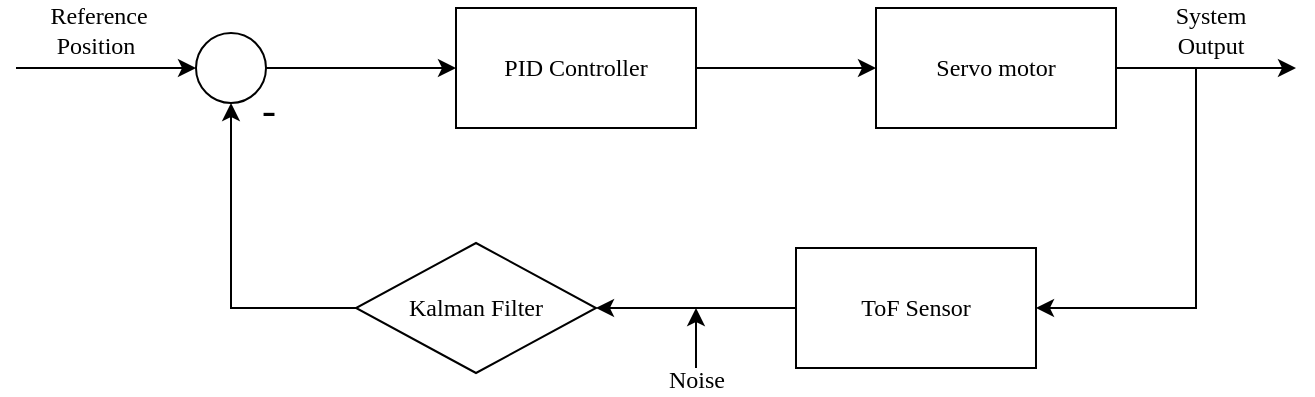
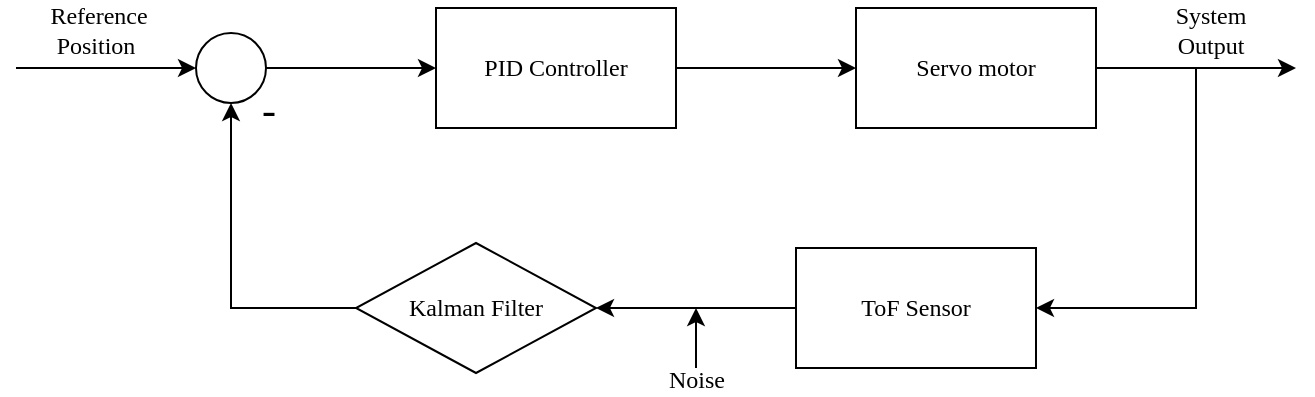
<mxfile host="app.diagrams.net">
  <diagram name="Page-1" id="xcGjVrj1atAmrZQzZEiq">
    <mxGraphModel dx="1537" dy="649" grid="1" gridSize="10" guides="1" tooltips="1" connect="1" arrows="1" fold="1" page="0" pageScale="1" pageWidth="850" pageHeight="1100" math="0" shadow="0">
      <root>
        <mxCell id="0" />
        <mxCell id="1" parent="0" />
        <mxCell id="Nv_6V1SDtf4vh-nOe4OJ-10" edge="1" parent="1" source="Nv_6V1SDtf4vh-nOe4OJ-1" style="edgeStyle=orthogonalEdgeStyle;rounded=0;orthogonalLoop=1;jettySize=auto;html=1;exitX=1;exitY=0.5;exitDx=0;exitDy=0;entryX=0;entryY=0.5;entryDx=0;entryDy=0;fontFamily=Verdana;labelBackgroundColor=none;fontColor=default;" target="Nv_6V1SDtf4vh-nOe4OJ-3">
          <mxGeometry relative="1" as="geometry" />
        </mxCell>
        <mxCell id="Nv_6V1SDtf4vh-nOe4OJ-1" parent="1" style="ellipse;whiteSpace=wrap;html=1;aspect=fixed;fontFamily=Verdana;labelBackgroundColor=none;" value="" vertex="1">
          <mxGeometry height="35" width="35" x="50" y="272.5" as="geometry" />
        </mxCell>
        <mxCell id="Nv_6V1SDtf4vh-nOe4OJ-2" edge="1" parent="1" style="endArrow=classic;html=1;rounded=0;entryX=0;entryY=0.5;entryDx=0;entryDy=0;fontFamily=Verdana;labelBackgroundColor=none;fontColor=default;" target="Nv_6V1SDtf4vh-nOe4OJ-1" value="">
          <mxGeometry height="50" relative="1" width="50" as="geometry">
            <mxPoint x="-40" y="290" as="sourcePoint" />
            <mxPoint x="40" y="280" as="targetPoint" />
          </mxGeometry>
        </mxCell>
        <mxCell id="Nv_6V1SDtf4vh-nOe4OJ-19" connectable="0" parent="Nv_6V1SDtf4vh-nOe4OJ-2" style="edgeLabel;html=1;align=center;verticalAlign=middle;resizable=0;points=[];fontFamily=Verdana;fontSize=12;labelBackgroundColor=none;" value="&lt;div&gt;Reference&lt;/div&gt;&lt;div&gt;Position&amp;nbsp;&lt;/div&gt;" vertex="1">
          <mxGeometry relative="1" x="-0.4" y="-1" as="geometry">
            <mxPoint x="14" y="-20" as="offset" />
          </mxGeometry>
        </mxCell>
        <mxCell id="Nv_6V1SDtf4vh-nOe4OJ-11" edge="1" parent="1" source="Nv_6V1SDtf4vh-nOe4OJ-3" style="edgeStyle=orthogonalEdgeStyle;rounded=0;orthogonalLoop=1;jettySize=auto;html=1;exitX=1;exitY=0.5;exitDx=0;exitDy=0;entryX=0;entryY=0.5;entryDx=0;entryDy=0;fontFamily=Verdana;labelBackgroundColor=none;fontColor=default;" target="Nv_6V1SDtf4vh-nOe4OJ-4">
          <mxGeometry relative="1" as="geometry" />
        </mxCell>
        <mxCell id="Nv_6V1SDtf4vh-nOe4OJ-3" parent="1" style="rounded=0;whiteSpace=wrap;html=1;fontFamily=Verdana;labelBackgroundColor=none;" value="&lt;div&gt;PID Controller&lt;/div&gt;" vertex="1">
-           <mxGeometry height="60" width="120" x="180" y="260" as="geometry" />
+           <mxGeometry height="60" width="120" x="170" y="260" as="geometry" />
        </mxCell>
        <mxCell id="Nv_6V1SDtf4vh-nOe4OJ-6" edge="1" parent="1" source="Nv_6V1SDtf4vh-nOe4OJ-4" style="edgeStyle=orthogonalEdgeStyle;rounded=0;orthogonalLoop=1;jettySize=auto;html=1;exitX=1;exitY=0.5;exitDx=0;exitDy=0;fontFamily=Verdana;labelBackgroundColor=none;fontColor=default;">
          <mxGeometry relative="1" as="geometry">
            <mxPoint x="600" y="290" as="targetPoint" />
          </mxGeometry>
        </mxCell>
        <mxCell id="Nv_6V1SDtf4vh-nOe4OJ-4" parent="1" style="rounded=0;whiteSpace=wrap;html=1;fontFamily=Verdana;labelBackgroundColor=none;" value="Servo motor" vertex="1">
-           <mxGeometry height="60" width="120" x="390" y="260" as="geometry" />
+           <mxGeometry height="60" width="120" x="380" y="260" as="geometry" />
        </mxCell>
        <mxCell id="Nv_6V1SDtf4vh-nOe4OJ-12" edge="1" parent="1" source="Nv_6V1SDtf4vh-nOe4OJ-22" style="edgeStyle=orthogonalEdgeStyle;rounded=0;orthogonalLoop=1;jettySize=auto;html=1;exitX=0;exitY=0.5;exitDx=0;exitDy=0;entryX=0.5;entryY=1;entryDx=0;entryDy=0;fontFamily=Verdana;labelBackgroundColor=none;fontColor=default;" target="Nv_6V1SDtf4vh-nOe4OJ-1">
          <mxGeometry relative="1" as="geometry" />
        </mxCell>
        <mxCell id="Nv_6V1SDtf4vh-nOe4OJ-31" connectable="0" parent="Nv_6V1SDtf4vh-nOe4OJ-12" style="edgeLabel;html=1;align=center;verticalAlign=middle;resizable=0;points=[];labelBackgroundColor=none;" value="&lt;font style=&quot;font-size: 21px;&quot; face=&quot;Verdana&quot;&gt;-&lt;/font&gt;" vertex="1">
          <mxGeometry relative="1" x="0.6949" y="3" as="geometry">
            <mxPoint x="21" y="-22" as="offset" />
          </mxGeometry>
        </mxCell>
        <mxCell id="Nv_6V1SDtf4vh-nOe4OJ-26" edge="1" parent="1" source="Nv_6V1SDtf4vh-nOe4OJ-7" style="edgeStyle=orthogonalEdgeStyle;rounded=0;orthogonalLoop=1;jettySize=auto;html=1;exitX=0;exitY=0.5;exitDx=0;exitDy=0;entryX=1;entryY=0.5;entryDx=0;entryDy=0;labelBackgroundColor=none;fontColor=default;" target="Nv_6V1SDtf4vh-nOe4OJ-22">
          <mxGeometry relative="1" as="geometry" />
        </mxCell>
        <mxCell id="Nv_6V1SDtf4vh-nOe4OJ-7" parent="1" style="rounded=0;whiteSpace=wrap;html=1;fontFamily=Verdana;labelBackgroundColor=none;" value="ToF Sensor" vertex="1">
          <mxGeometry height="60" width="120" x="350" y="380" as="geometry" />
        </mxCell>
        <mxCell id="Nv_6V1SDtf4vh-nOe4OJ-8" edge="1" parent="1" style="endArrow=classic;html=1;rounded=0;edgeStyle=orthogonalEdgeStyle;entryX=1;entryY=0.5;entryDx=0;entryDy=0;fontFamily=Verdana;labelBackgroundColor=none;fontColor=default;" target="Nv_6V1SDtf4vh-nOe4OJ-7" value="">
          <mxGeometry height="50" relative="1" width="50" as="geometry">
            <Array as="points">
              <mxPoint x="550" y="410" />
            </Array>
            <mxPoint x="550" y="290" as="sourcePoint" />
            <mxPoint x="440" y="460" as="targetPoint" />
          </mxGeometry>
        </mxCell>
        <mxCell id="Nv_6V1SDtf4vh-nOe4OJ-21" connectable="0" parent="1" style="edgeLabel;html=1;align=center;verticalAlign=middle;resizable=0;points=[];fontFamily=Verdana;fontSize=12;labelBackgroundColor=none;" value="&lt;div&gt;System&lt;/div&gt;&lt;div&gt;Output&lt;/div&gt;" vertex="1">
          <mxGeometry x="565" y="272.5" as="geometry">
            <mxPoint x="-8" y="-2" as="offset" />
          </mxGeometry>
        </mxCell>
        <mxCell id="Nv_6V1SDtf4vh-nOe4OJ-22" parent="1" style="rhombus;whiteSpace=wrap;html=1;labelBackgroundColor=none;" value="&lt;font face=&quot;Verdana&quot;&gt;Kalman Filter&lt;/font&gt;" vertex="1">
          <mxGeometry height="65" width="120" x="130" y="377.5" as="geometry" />
        </mxCell>
        <mxCell id="Nv_6V1SDtf4vh-nOe4OJ-27" edge="1" parent="1" style="endArrow=classic;html=1;rounded=0;labelBackgroundColor=none;fontColor=default;" value="">
          <mxGeometry height="50" relative="1" width="50" as="geometry">
            <mxPoint x="300" y="440" as="sourcePoint" />
            <mxPoint x="300" y="410" as="targetPoint" />
          </mxGeometry>
        </mxCell>
        <mxCell id="Nv_6V1SDtf4vh-nOe4OJ-28" connectable="0" parent="Nv_6V1SDtf4vh-nOe4OJ-27" style="edgeLabel;html=1;align=center;verticalAlign=middle;resizable=0;points=[];labelBackgroundColor=none;" value="&lt;font face=&quot;Verdana&quot; style=&quot;font-size: 12px;&quot;&gt;Noise&lt;/font&gt;" vertex="1">
          <mxGeometry relative="1" x="0.1333" y="-1" as="geometry">
            <mxPoint x="-1" y="23" as="offset" />
          </mxGeometry>
        </mxCell>
      </root>
    </mxGraphModel>
  </diagram>
</mxfile>
